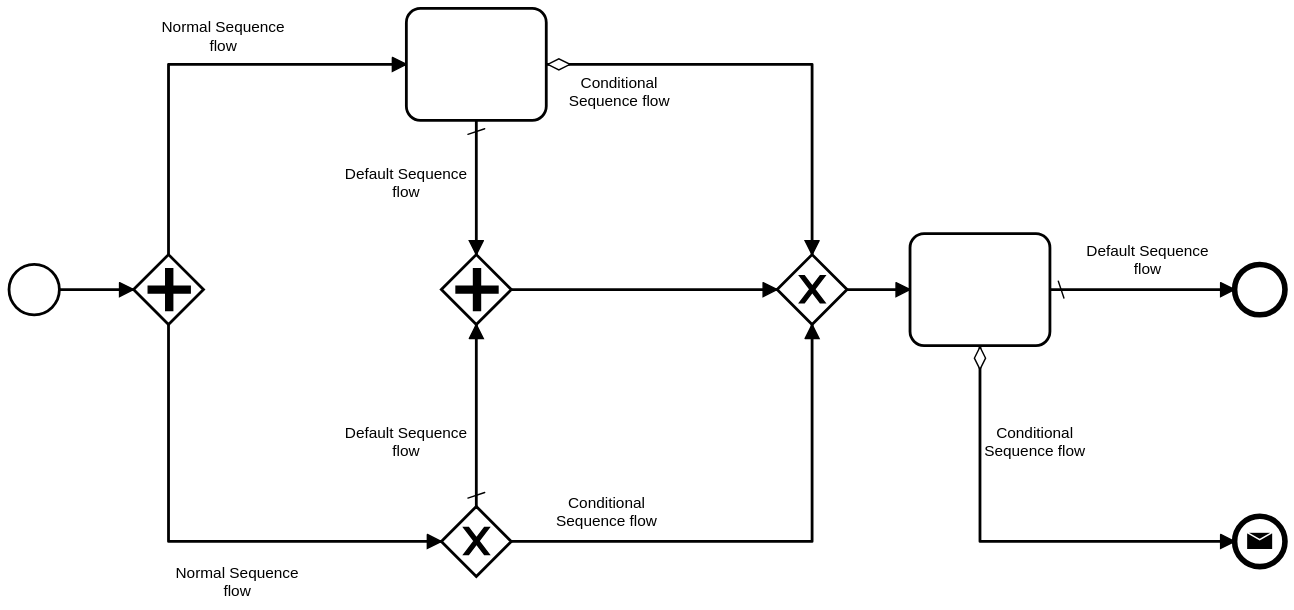
The BPMN diagram bpmn-files/all_sequence_flow_types__bpmnio.svg in process-analytics/bpmn-visualization-examples, before a commit. Its source is kept beside it as bpmn-files/all_sequence_flow_types__bpmnio.bpmn. Ids are renumbered. Its diagram source:
```xml
<bpmn:definitions xmlns:xsi="http://www.w3.org/2001/XMLSchema-instance" xmlns:bpmn="http://www.omg.org/spec/BPMN/20100524/MODEL" xmlns:bpmndi="http://www.omg.org/spec/BPMN/20100524/DI" xmlns:dc="http://www.omg.org/spec/DD/20100524/DC" xmlns:di="http://www.omg.org/spec/DD/20100524/DI" id="Definitions_n1" targetNamespace="http://bpmn.io/schema/bpmn" exporter="bpmn-js (https://demo.bpmn.io)" exporterVersion="6.5.1">
  <bpmn:process id="Process_n2" isExecutable="false">
    <bpmn:startEvent id="StartEvent_n3">
      <bpmn:outgoing>Flow_n4</bpmn:outgoing>
    </bpmn:startEvent>
    <bpmn:task id="Activity_n5" default="Flow_n6">
      <bpmn:incoming>Flow_n7</bpmn:incoming>
      <bpmn:outgoing>Flow_n8</bpmn:outgoing>
      <bpmn:outgoing>Flow_n6</bpmn:outgoing>
    </bpmn:task>
    <bpmn:sequenceFlow id="Flow_n7" name="Normal Sequence flow &#10; with label Font" sourceRef="Gateway_n9" targetRef="Activity_n5" />
    <bpmn:exclusiveGateway id="Gateway_n10" default="Flow_n11">
      <bpmn:incoming>Flow_n12</bpmn:incoming>
      <bpmn:outgoing>Flow_n13</bpmn:outgoing>
      <bpmn:outgoing>Flow_n11</bpmn:outgoing>
    </bpmn:exclusiveGateway>
    <bpmn:sequenceFlow id="Flow_n12" name="Normal Sequence flow" sourceRef="Gateway_n9" targetRef="Gateway_n10" />
    <bpmn:endEvent id="Event_n14">
      <bpmn:incoming>Flow_n15</bpmn:incoming>
    </bpmn:endEvent>
    <bpmn:sequenceFlow id="Flow_n8" name="Conditional Sequence flow" sourceRef="Activity_n5" targetRef="Gateway_n16">
      <bpmn:conditionExpression xsi:type="bpmn:tFormalExpression" />
    </bpmn:sequenceFlow>
    <bpmn:sequenceFlow id="Flow_n13" name="Conditional Sequence flow" sourceRef="Gateway_n10" targetRef="Gateway_n16">
      <bpmn:conditionExpression xsi:type="bpmn:tFormalExpression" />
    </bpmn:sequenceFlow>
    <bpmn:sequenceFlow id="Flow_n11" name="Default Sequence flow" sourceRef="Gateway_n10" targetRef="Gateway_n17" />
    <bpmn:sequenceFlow id="Flow_n6" name="Default Sequence flow" sourceRef="Activity_n5" targetRef="Gateway_n17" />
    <bpmn:parallelGateway id="Gateway_n17">
      <bpmn:incoming>Flow_n6</bpmn:incoming>
      <bpmn:incoming>Flow_n11</bpmn:incoming>
      <bpmn:outgoing>Flow_n18</bpmn:outgoing>
    </bpmn:parallelGateway>
    <bpmn:exclusiveGateway id="Gateway_n16">
      <bpmn:incoming>Flow_n8</bpmn:incoming>
      <bpmn:incoming>Flow_n18</bpmn:incoming>
      <bpmn:incoming>Flow_n13</bpmn:incoming>
      <bpmn:outgoing>Flow_n19</bpmn:outgoing>
    </bpmn:exclusiveGateway>
    <bpmn:sequenceFlow id="Flow_n18" sourceRef="Gateway_n17" targetRef="Gateway_n16" />
    <bpmn:sequenceFlow id="Flow_n4" sourceRef="StartEvent_n3" targetRef="Gateway_n9" />
    <bpmn:parallelGateway id="Gateway_n9">
      <bpmn:incoming>Flow_n4</bpmn:incoming>
      <bpmn:outgoing>Flow_n7</bpmn:outgoing>
      <bpmn:outgoing>Flow_n12</bpmn:outgoing>
    </bpmn:parallelGateway>
    <bpmn:sequenceFlow id="Flow_n19" sourceRef="Gateway_n16" targetRef="Activity_n20" />
    <bpmn:sequenceFlow id="Flow_n15" name="Default Sequence flow" sourceRef="Activity_n20" targetRef="Event_n14" />
    <bpmn:sequenceFlow id="Flow_n21" name="Conditional Sequence flow &#10; with label Font" sourceRef="Activity_n20" targetRef="Event_n22">
      <bpmn:conditionExpression xsi:type="bpmn:tFormalExpression"></bpmn:conditionExpression>
    </bpmn:sequenceFlow>
    <bpmn:endEvent id="Event_n22">
      <bpmn:incoming>Flow_n21</bpmn:incoming>
      <bpmn:messageEventDefinition id="MessageEventDefinition_n23" />
    </bpmn:endEvent>
    <bpmn:task id="Activity_n20" default="Flow_n15">
      <bpmn:incoming>Flow_n19</bpmn:incoming>
      <bpmn:outgoing>Flow_n15</bpmn:outgoing>
      <bpmn:outgoing>Flow_n21</bpmn:outgoing>
    </bpmn:task>
  </bpmn:process>
  <bpmndi:BPMNDiagram id="BPMNDiagram_1">
    <bpmndi:BPMNPlane id="BPMNPlane_1" bpmnElement="Process_n2">
      <bpmndi:BPMNEdge id="Flow_n6_di" bpmnElement="Flow_n6">
        <di:waypoint x="490" y="139" />
        <di:waypoint x="490" y="235" />
        <bpmndi:BPMNLabel>
          <dc:Bounds x="396" y="171.00000000000023" width="88" height="27" />
        </bpmndi:BPMNLabel>
      </bpmndi:BPMNEdge>
      <bpmndi:BPMNEdge id="Flow_n11_di" bpmnElement="Flow_n11">
        <di:waypoint x="490" y="415" />
        <di:waypoint x="490" y="285" />
        <bpmndi:BPMNLabel>
          <dc:Bounds x="396" y="356" width="88" height="27" />
        </bpmndi:BPMNLabel>
      </bpmndi:BPMNEdge>
      <bpmndi:BPMNEdge id="Flow_n13_di" bpmnElement="Flow_n13">
        <di:waypoint x="515" y="440" />
        <di:waypoint x="730" y="440" />
        <di:waypoint x="730" y="285" />
        <bpmndi:BPMNLabel>
          <dc:Bounds x="547" y="406" width="73" height="27" />
        </bpmndi:BPMNLabel>
      </bpmndi:BPMNEdge>
      <bpmndi:BPMNEdge id="Flow_n8_di" bpmnElement="Flow_n8">
        <di:waypoint x="540" y="99" />
        <di:waypoint x="730" y="99" />
        <di:waypoint x="730" y="235" />
        <bpmndi:BPMNLabel>
          <dc:Bounds x="556" y="106" width="73" height="27" />
        </bpmndi:BPMNLabel>
      </bpmndi:BPMNEdge>
      <bpmndi:BPMNEdge id="Flow_n12_di" bpmnElement="Flow_n12">
        <di:waypoint x="270" y="285" />
        <di:waypoint x="270" y="440" />
        <di:waypoint x="465" y="440" />
        <bpmndi:BPMNLabel>
          <dc:Bounds x="275" y="456" width="89" height="27" />
        </bpmndi:BPMNLabel>
      </bpmndi:BPMNEdge>
      <bpmndi:BPMNEdge id="Flow_n7_di" bpmnElement="Flow_n7">
        <di:waypoint x="270" y="235" />
        <di:waypoint x="270" y="99" />
        <di:waypoint x="440" y="99" />
        <bpmndi:BPMNLabel labelStyle="2">
          <dc:Bounds x="265" y="66" width="89" height="27" />
        </bpmndi:BPMNLabel>
      </bpmndi:BPMNEdge>
      <bpmndi:BPMNEdge id="Flow_n18_di" bpmnElement="Flow_n18">
        <di:waypoint x="515" y="260" />
        <di:waypoint x="705" y="260" />
      </bpmndi:BPMNEdge>
      <bpmndi:BPMNEdge id="Flow_n4_di" bpmnElement="Flow_n4">
        <di:waypoint x="192" y="260" />
        <di:waypoint x="245" y="260" />
      </bpmndi:BPMNEdge>
      <bpmndi:BPMNEdge id="Flow_n19_di" bpmnElement="Flow_n19">
        <di:waypoint x="755" y="260" />
        <di:waypoint x="800" y="260" />
      </bpmndi:BPMNEdge>
      <bpmndi:BPMNEdge id="Flow_n15_di" bpmnElement="Flow_n15">
        <di:waypoint x="900" y="260" />
        <di:waypoint x="1032" y="260" />
        <bpmndi:BPMNLabel>
          <dc:Bounds x="926" y="226" width="88" height="27" />
        </bpmndi:BPMNLabel>
      </bpmndi:BPMNEdge>
      <bpmndi:BPMNEdge id="Flow_n21_di" bpmnElement="Flow_n21">
        <di:waypoint x="850" y="300" />
        <di:waypoint x="850" y="440" />
        <di:waypoint x="1032" y="440" />
        <bpmndi:BPMNLabel labelStyle="1">
          <dc:Bounds x="853" y="356" width="73" height="27" />
        </bpmndi:BPMNLabel>
      </bpmndi:BPMNEdge>
      <bpmndi:BPMNShape id="Activity_n5_di" bpmnElement="Activity_n5">
        <dc:Bounds x="440" y="59" width="100" height="80" />
      </bpmndi:BPMNShape>
      <bpmndi:BPMNShape id="Gateway_n10_di" bpmnElement="Gateway_n10" isMarkerVisible="true">
        <dc:Bounds x="465" y="415" width="50" height="50" />
      </bpmndi:BPMNShape>
      <bpmndi:BPMNShape id="Gateway_1b5bwj7_di" bpmnElement="Gateway_n17">
        <dc:Bounds x="465" y="235" width="50" height="50" />
      </bpmndi:BPMNShape>
      <bpmndi:BPMNShape id="_BPMNShape_StartEvent_2" bpmnElement="StartEvent_n3">
        <dc:Bounds x="156" y="242" width="36" height="36" />
      </bpmndi:BPMNShape>
      <bpmndi:BPMNShape id="Gateway_0eacrzg_di" bpmnElement="Gateway_n9">
        <dc:Bounds x="245" y="235" width="50" height="50" />
      </bpmndi:BPMNShape>
      <bpmndi:BPMNShape id="Gateway_n16_di" bpmnElement="Gateway_n16" isMarkerVisible="true">
        <dc:Bounds x="705" y="235" width="50" height="50" />
      </bpmndi:BPMNShape>
      <bpmndi:BPMNShape id="Event_n14_di" bpmnElement="Event_n14">
        <dc:Bounds x="1032" y="242" width="36" height="36" />
      </bpmndi:BPMNShape>
      <bpmndi:BPMNShape id="Event_16z3xs7_di" bpmnElement="Event_n22">
        <dc:Bounds x="1032" y="422" width="36" height="36" />
      </bpmndi:BPMNShape>
      <bpmndi:BPMNShape id="Activity_11qmyek_di" bpmnElement="Activity_n20">
        <dc:Bounds x="800" y="220" width="100" height="80" />
      </bpmndi:BPMNShape>
    </bpmndi:BPMNPlane>
    <bpmndi:BPMNLabelStyle id="1">
      <dc:Font isBold="false" isItalic="false" isStrikeThrough="false" isUnderline="false" name="Ubuntu" size="9.0"/>
    </bpmndi:BPMNLabelStyle>
    <bpmndi:BPMNLabelStyle id="2">
      <dc:Font isBold="false" isItalic="false" isStrikeThrough="false" isUnderline="false" name="Segoe UI" size="14.0"/>
    </bpmndi:BPMNLabelStyle>
  </bpmndi:BPMNDiagram>
</bpmn:definitions>
```
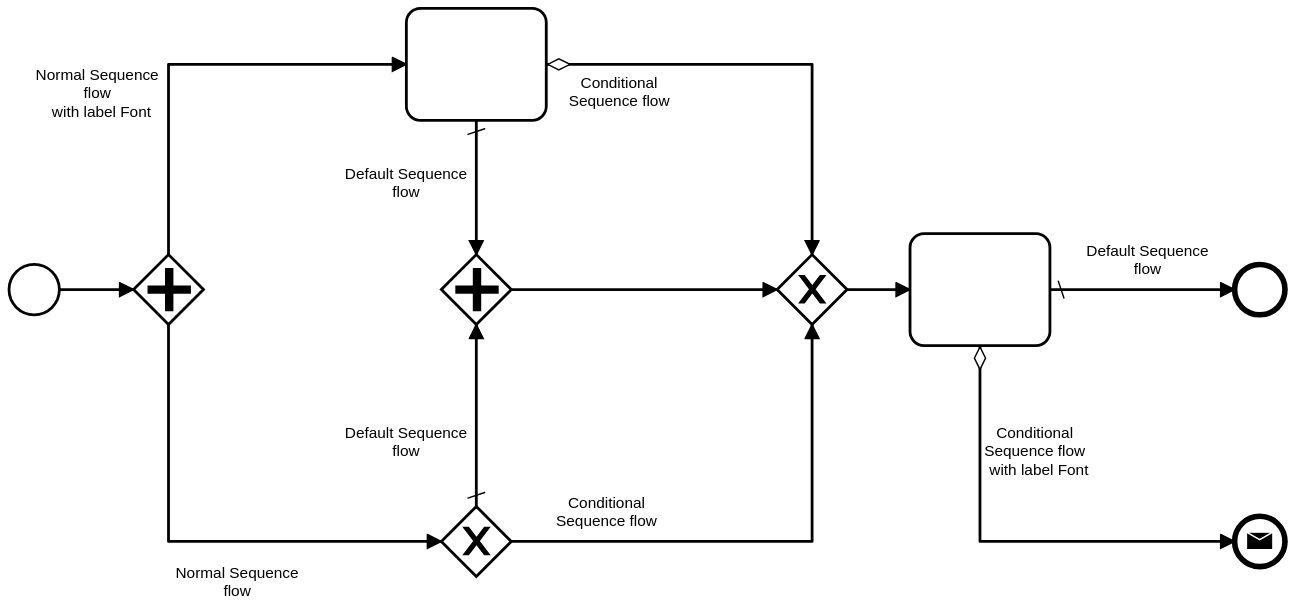
Later version of the same file.

Commit message:
seq flow label font: add mixed alterations

for instance both bold and italic. Notice that the current bpmn.io demo (using
bpmn-js 7.0.0 does not consider fonts)

The edit, as a diff of the source:
```diff
@@ -1,4 +1,4 @@
-<bpmn:definitions xmlns:xsi="http://www.w3.org/2001/XMLSchema-instance" xmlns:bpmn="http://www.omg.org/spec/BPMN/20100524/MODEL" xmlns:bpmndi="http://www.omg.org/spec/BPMN/20100524/DI" xmlns:dc="http://www.omg.org/spec/DD/20100524/DC" xmlns:di="http://www.omg.org/spec/DD/20100524/DI" id="Definitions_n1" targetNamespace="http://bpmn.io/schema/bpmn" exporter="bpmn-js (https://demo.bpmn.io)" exporterVersion="6.5.1">
+<bpmn:definitions xmlns:xsi="http://www.w3.org/2001/XMLSchema-instance" xmlns:bpmn="http://www.omg.org/spec/BPMN/20100524/MODEL" xmlns:bpmndi="http://www.omg.org/spec/BPMN/20100524/DI" xmlns:dc="http://www.omg.org/spec/DD/20100524/DC" xmlns:di="http://www.omg.org/spec/DD/20100524/DI" id="Definitions_n1" targetNamespace="http://bpmn.io/schema/bpmn" exporter="bpmn-js (https://demo.bpmn.io)" exporterVersion="7.0.0">
   <bpmn:process id="Process_n2" isExecutable="false">
     <bpmn:startEvent id="StartEvent_n3">
       <bpmn:outgoing>Flow_n4</bpmn:outgoing>
@@ -47,7 +47,7 @@
     <bpmn:sequenceFlow id="Flow_n19" sourceRef="Gateway_n16" targetRef="Activity_n20" />
     <bpmn:sequenceFlow id="Flow_n15" name="Default Sequence flow" sourceRef="Activity_n20" targetRef="Event_n14" />
     <bpmn:sequenceFlow id="Flow_n21" name="Conditional Sequence flow &#10; with label Font" sourceRef="Activity_n20" targetRef="Event_n22">
-      <bpmn:conditionExpression xsi:type="bpmn:tFormalExpression"></bpmn:conditionExpression>
+      <bpmn:conditionExpression xsi:type="bpmn:tFormalExpression" />
     </bpmn:sequenceFlow>
     <bpmn:endEvent id="Event_n22">
       <bpmn:incoming>Flow_n21</bpmn:incoming>
@@ -61,6 +61,33 @@
   </bpmn:process>
   <bpmndi:BPMNDiagram id="BPMNDiagram_1">
     <bpmndi:BPMNPlane id="BPMNPlane_1" bpmnElement="Process_n2">
+      <bpmndi:BPMNEdge id="Flow_n21_di" bpmnElement="Flow_n21">
+        <di:waypoint x="850" y="300" />
+        <di:waypoint x="850" y="440" />
+        <di:waypoint x="1032" y="440" />
+        <bpmndi:BPMNLabel labelStyle="BPMNLabelStyle_1">
+          <dc:Bounds x="853" y="356" width="73" height="27" />
+        </bpmndi:BPMNLabel>
+      </bpmndi:BPMNEdge>
+      <bpmndi:BPMNEdge id="Flow_n15_di" bpmnElement="Flow_n15">
+        <di:waypoint x="900" y="260" />
+        <di:waypoint x="1032" y="260" />
+        <bpmndi:BPMNLabel>
+          <dc:Bounds x="926" y="226" width="88" height="27" />
+        </bpmndi:BPMNLabel>
+      </bpmndi:BPMNEdge>
+      <bpmndi:BPMNEdge id="Flow_n19_di" bpmnElement="Flow_n19">
+        <di:waypoint x="755" y="260" />
+        <di:waypoint x="800" y="260" />
+      </bpmndi:BPMNEdge>
+      <bpmndi:BPMNEdge id="Flow_n4_di" bpmnElement="Flow_n4">
+        <di:waypoint x="192" y="260" />
+        <di:waypoint x="245" y="260" />
+      </bpmndi:BPMNEdge>
+      <bpmndi:BPMNEdge id="Flow_n18_di" bpmnElement="Flow_n18">
+        <di:waypoint x="515" y="260" />
+        <di:waypoint x="705" y="260" />
+      </bpmndi:BPMNEdge>
       <bpmndi:BPMNEdge id="Flow_n6_di" bpmnElement="Flow_n6">
         <di:waypoint x="490" y="139" />
         <di:waypoint x="490" y="235" />
@@ -103,57 +130,30 @@
         <di:waypoint x="270" y="235" />
         <di:waypoint x="270" y="99" />
         <di:waypoint x="440" y="99" />
-        <bpmndi:BPMNLabel labelStyle="2">
-          <dc:Bounds x="265" y="66" width="89" height="27" />
+        <bpmndi:BPMNLabel labelStyle="BPMNLabelStyle_2">
+          <dc:Bounds x="175" y="100" width="89" height="40" />
         </bpmndi:BPMNLabel>
       </bpmndi:BPMNEdge>
-      <bpmndi:BPMNEdge id="Flow_n18_di" bpmnElement="Flow_n18">
-        <di:waypoint x="515" y="260" />
-        <di:waypoint x="705" y="260" />
-      </bpmndi:BPMNEdge>
-      <bpmndi:BPMNEdge id="Flow_n4_di" bpmnElement="Flow_n4">
-        <di:waypoint x="192" y="260" />
-        <di:waypoint x="245" y="260" />
-      </bpmndi:BPMNEdge>
-      <bpmndi:BPMNEdge id="Flow_n19_di" bpmnElement="Flow_n19">
-        <di:waypoint x="755" y="260" />
-        <di:waypoint x="800" y="260" />
-      </bpmndi:BPMNEdge>
-      <bpmndi:BPMNEdge id="Flow_n15_di" bpmnElement="Flow_n15">
-        <di:waypoint x="900" y="260" />
-        <di:waypoint x="1032" y="260" />
-        <bpmndi:BPMNLabel>
-          <dc:Bounds x="926" y="226" width="88" height="27" />
-        </bpmndi:BPMNLabel>
-      </bpmndi:BPMNEdge>
-      <bpmndi:BPMNEdge id="Flow_n21_di" bpmnElement="Flow_n21">
-        <di:waypoint x="850" y="300" />
-        <di:waypoint x="850" y="440" />
-        <di:waypoint x="1032" y="440" />
-        <bpmndi:BPMNLabel labelStyle="1">
-          <dc:Bounds x="853" y="356" width="73" height="27" />
-        </bpmndi:BPMNLabel>
-      </bpmndi:BPMNEdge>
+      <bpmndi:BPMNShape id="_BPMNShape_StartEvent_2" bpmnElement="StartEvent_n3">
+        <dc:Bounds x="156" y="242" width="36" height="36" />
+      </bpmndi:BPMNShape>
       <bpmndi:BPMNShape id="Activity_n5_di" bpmnElement="Activity_n5">
         <dc:Bounds x="440" y="59" width="100" height="80" />
       </bpmndi:BPMNShape>
       <bpmndi:BPMNShape id="Gateway_n10_di" bpmnElement="Gateway_n10" isMarkerVisible="true">
         <dc:Bounds x="465" y="415" width="50" height="50" />
       </bpmndi:BPMNShape>
+      <bpmndi:BPMNShape id="Event_n14_di" bpmnElement="Event_n14">
+        <dc:Bounds x="1032" y="242" width="36" height="36" />
+      </bpmndi:BPMNShape>
       <bpmndi:BPMNShape id="Gateway_1b5bwj7_di" bpmnElement="Gateway_n17">
         <dc:Bounds x="465" y="235" width="50" height="50" />
-      </bpmndi:BPMNShape>
-      <bpmndi:BPMNShape id="_BPMNShape_StartEvent_2" bpmnElement="StartEvent_n3">
-        <dc:Bounds x="156" y="242" width="36" height="36" />
-      </bpmndi:BPMNShape>
-      <bpmndi:BPMNShape id="Gateway_0eacrzg_di" bpmnElement="Gateway_n9">
-        <dc:Bounds x="245" y="235" width="50" height="50" />
       </bpmndi:BPMNShape>
       <bpmndi:BPMNShape id="Gateway_n16_di" bpmnElement="Gateway_n16" isMarkerVisible="true">
         <dc:Bounds x="705" y="235" width="50" height="50" />
       </bpmndi:BPMNShape>
-      <bpmndi:BPMNShape id="Event_n14_di" bpmnElement="Event_n14">
-        <dc:Bounds x="1032" y="242" width="36" height="36" />
+      <bpmndi:BPMNShape id="Gateway_0eacrzg_di" bpmnElement="Gateway_n9">
+        <dc:Bounds x="245" y="235" width="50" height="50" />
       </bpmndi:BPMNShape>
       <bpmndi:BPMNShape id="Event_16z3xs7_di" bpmnElement="Event_n22">
         <dc:Bounds x="1032" y="422" width="36" height="36" />
@@ -162,11 +162,11 @@
         <dc:Bounds x="800" y="220" width="100" height="80" />
       </bpmndi:BPMNShape>
     </bpmndi:BPMNPlane>
-    <bpmndi:BPMNLabelStyle id="1">
-      <dc:Font isBold="false" isItalic="false" isStrikeThrough="false" isUnderline="false" name="Ubuntu" size="9.0"/>
+    <bpmndi:BPMNLabelStyle id="BPMNLabelStyle_1">
+      <dc:Font name="Ubuntu" size="9" isBold="true" isItalic="true" isUnderline="true" isStrikeThrough="false" />
     </bpmndi:BPMNLabelStyle>
-    <bpmndi:BPMNLabelStyle id="2">
-      <dc:Font isBold="false" isItalic="false" isStrikeThrough="false" isUnderline="false" name="Segoe UI" size="14.0"/>
+    <bpmndi:BPMNLabelStyle id="BPMNLabelStyle_2">
+      <dc:Font name="Segoe UI" size="14" isBold="false" isItalic="true" isUnderline="true" isStrikeThrough="false" />
     </bpmndi:BPMNLabelStyle>
   </bpmndi:BPMNDiagram>
 </bpmn:definitions>
```
